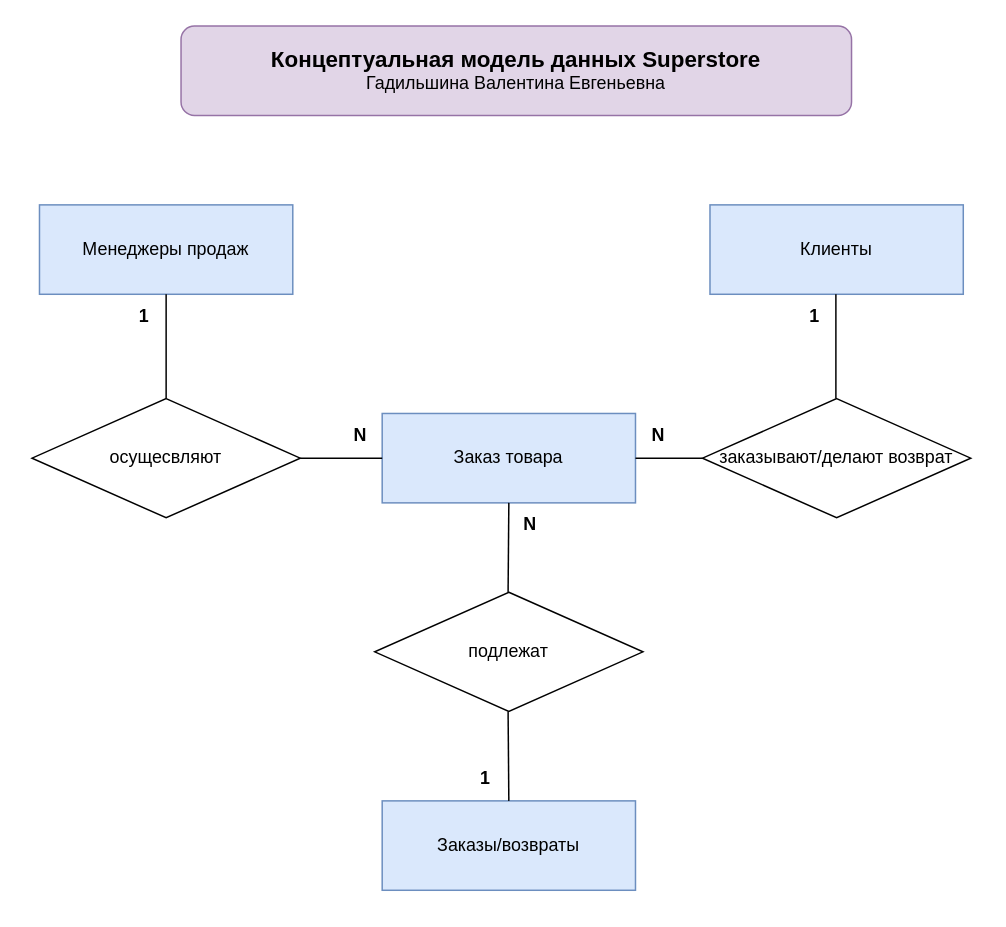
PetrovES570/PDA_SOL keeps this draw.io diagram as Концептуальная_модель - Петров Е.С .drawio. Above is the earlier version. Source tidied: cells renumbered, new cells numbered last; positions are measured from the earlier drawing's top-left corner, leaving out a move shared by most shapes. Both pictures are drawn from the tidied source at 149%, with x=0, y=0 at pixel (31, 25).
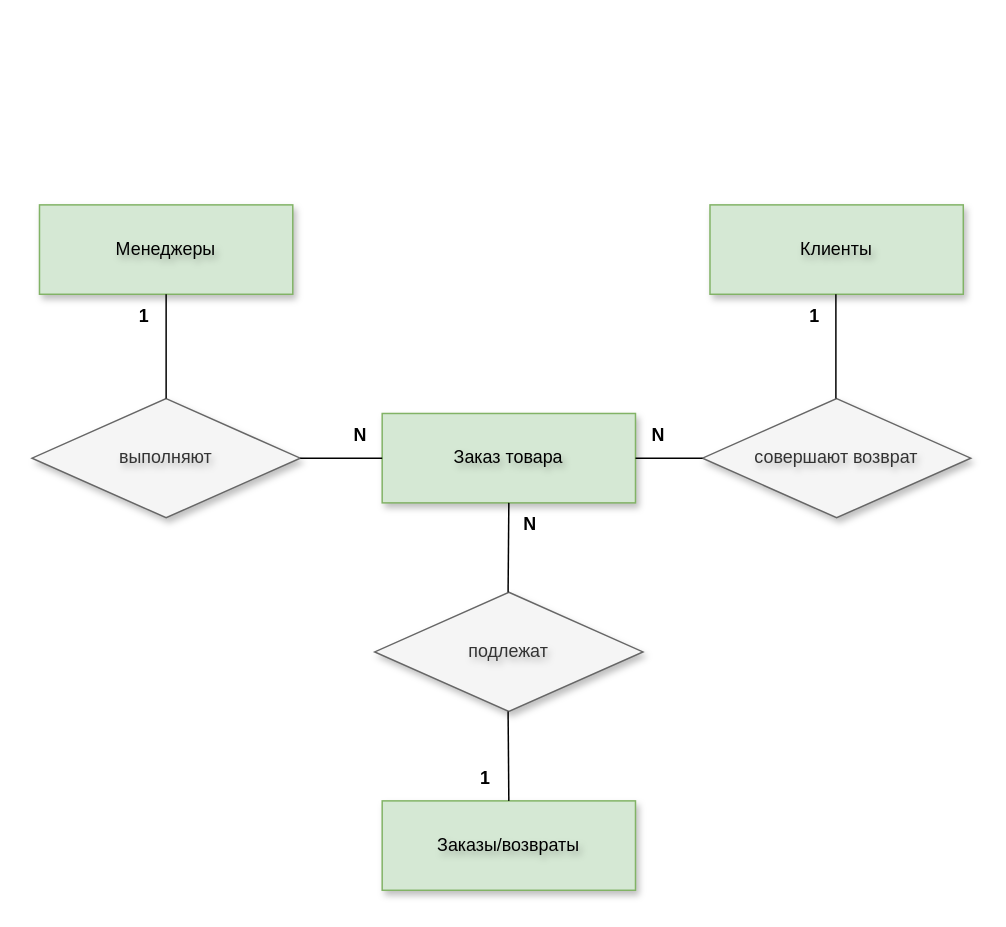
After the change.

Commit message:
Концептуальная модель - Петров Е.С .drawio

The edit, as a diff of the source:
```diff
@@
-    <mxCell id="2" value="Менеджеры продаж" style="rounded=0;whiteSpace=wrap;html=1;fillColor=#dae8fc;strokeColor=#6c8ebf;" parent="1" vertex="1">
+    <mxCell id="2" value="Менеджеры" style="rounded=0;whiteSpace=wrap;html=1;fillColor=#d5e8d4;strokeColor=#82b366;shadow=1;textShadow=1;glass=0;" parent="1" vertex="1">
       <mxGeometry x="5" y="120" width="170" height="60" as="geometry" />
     </mxCell>
-    <mxCell id="3" value="Клиенты" style="rounded=0;whiteSpace=wrap;html=1;fillColor=#dae8fc;strokeColor=#6c8ebf;" parent="1" vertex="1">
+    <mxCell id="3" value="Клиенты" style="rounded=0;whiteSpace=wrap;html=1;fillColor=#d5e8d4;strokeColor=#82b366;shadow=1;textShadow=1;" parent="1" vertex="1">
       <mxGeometry x="455" y="120" width="170" height="60" as="geometry" />
     </mxCell>
-    <mxCell id="4" value="осущесвляют" style="rhombus;whiteSpace=wrap;html=1;" parent="1" vertex="1">
+    <mxCell id="4" value="выполняют" style="rhombus;whiteSpace=wrap;html=1;fillColor=#f5f5f5;fontColor=#333333;strokeColor=#666666;shadow=1;textShadow=1;" parent="1" vertex="1">
       <mxGeometry y="250" width="180" height="80" as="geometry" />
     </mxCell>
-    <mxCell id="5" value="заказывают/делают возврат" style="rhombus;whiteSpace=wrap;html=1;" parent="1" vertex="1">
+    <mxCell id="5" value="совершают возврат" style="rhombus;whiteSpace=wrap;html=1;fillColor=#f5f5f5;fontColor=#333333;strokeColor=#666666;shadow=1;textShadow=1;" parent="1" vertex="1">
       <mxGeometry x="450" y="250" width="180" height="80" as="geometry" />
     </mxCell>
-    <mxCell id="6" value="Заказы/возвраты" style="rounded=0;whiteSpace=wrap;html=1;fillColor=#dae8fc;strokeColor=#6c8ebf;" parent="1" vertex="1">
+    <mxCell id="6" value="Заказы/возвраты" style="rounded=0;whiteSpace=wrap;html=1;fillColor=#d5e8d4;strokeColor=#82b366;shadow=1;textShadow=1;" parent="1" vertex="1">
       <mxGeometry x="235" y="520" width="170" height="60" as="geometry" />
     </mxCell>
-    <mxCell id="7" value="подлежат" style="rhombus;whiteSpace=wrap;html=1;" parent="1" vertex="1">
+    <mxCell id="7" value="подлежат" style="rhombus;whiteSpace=wrap;html=1;fillColor=#f5f5f5;fontColor=#333333;strokeColor=#666666;shadow=1;textShadow=1;" parent="1" vertex="1">
       <mxGeometry x="230" y="380" width="180" height="80" as="geometry" />
     </mxCell>
-    <mxCell id="8" value="Заказ товара" style="rounded=0;whiteSpace=wrap;html=1;fillColor=#dae8fc;strokeColor=#6c8ebf;" parent="1" vertex="1">
+    <mxCell id="8" value="Заказ товара" style="rounded=0;whiteSpace=wrap;html=1;fillColor=#d5e8d4;strokeColor=#82b366;shadow=1;textShadow=1;" parent="1" vertex="1">
       <mxGeometry x="235" y="260" width="170" height="60" as="geometry" />
     </mxCell>
@@
-    <mxCell id="21" value="&lt;b style=&quot;border-color: var(--border-color); font-size: 15px;&quot;&gt;Концептуальная&amp;nbsp;модель данных&amp;nbsp;Superstore&lt;/b&gt;&lt;br style=&quot;border-color: var(--border-color); font-size: 15px;&quot;&gt;Гадильшина Валентина Евгеньевна" style="rounded=1;whiteSpace=wrap;html=1;fillColor=#e1d5e7;strokeColor=#9673a6;" parent="1" vertex="1">
-      <mxGeometry x="100" width="450" height="60" as="geometry" />
-    </mxCell>
```
